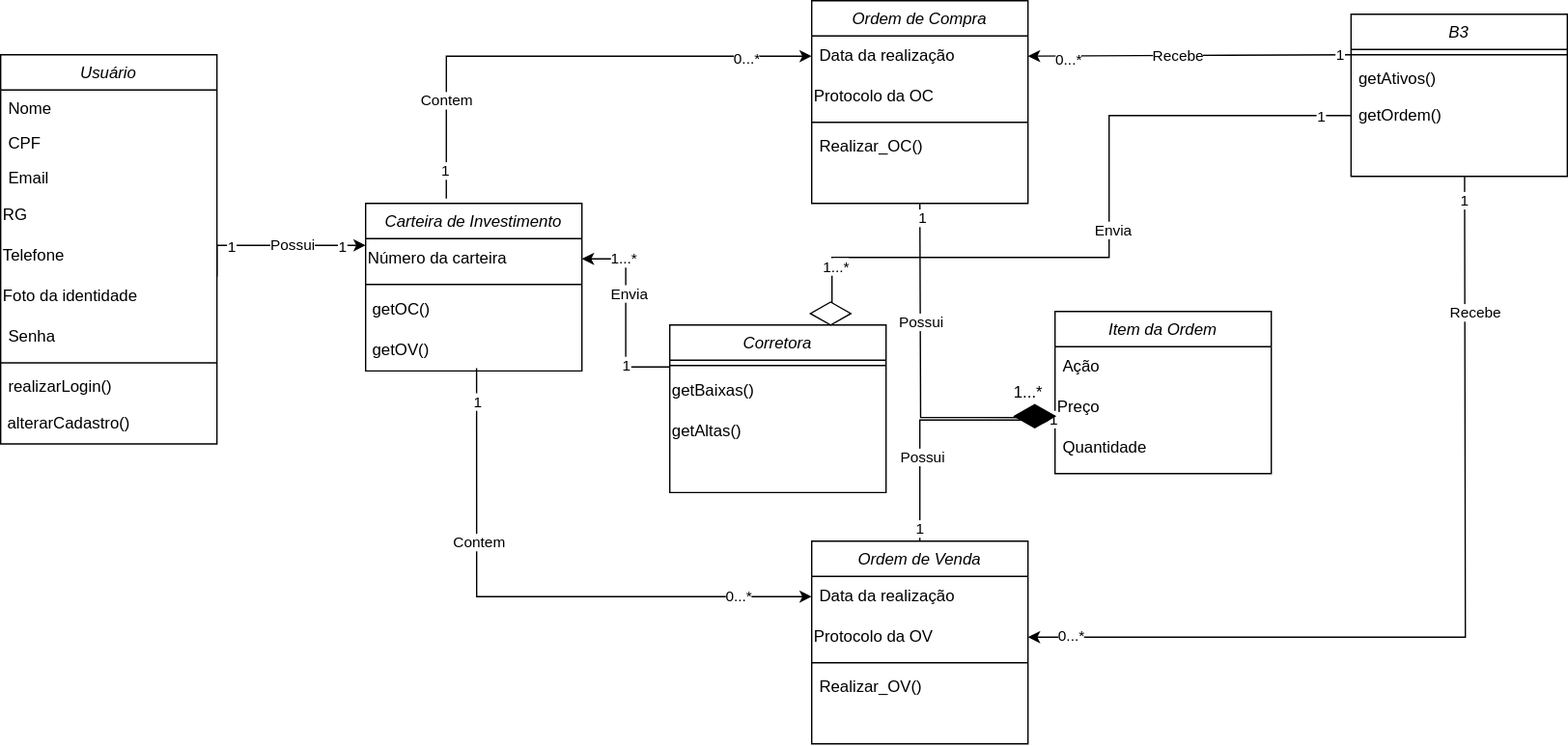
The draw.io diagram Diagrama de classe.drawio.svg in JesCat16/Projeto01_Modelagem_De_Software, before a commit. Source tidied: cells renumbered, new cells last; positions are measured from the earlier drawing's top-left corner, leaving out a move shared by most shapes.
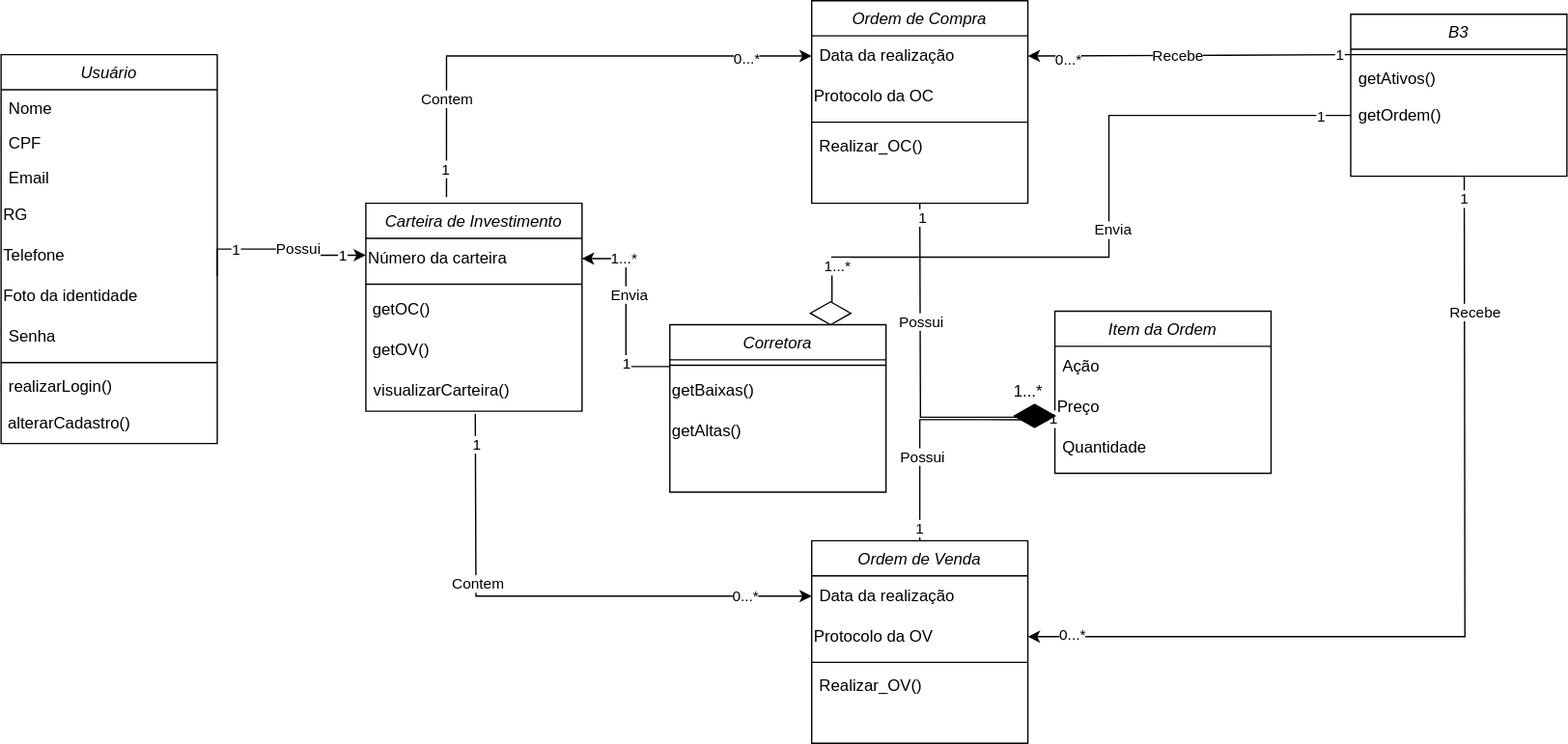
After the change.

The edit, as a diff of the source:
```diff
@@ -36,7 +36,7 @@
       <mxGeometry y="258" width="160" height="30" as="geometry" />
     </mxCell>
     <mxCell id="13" value="Carteira de Investimento" style="swimlane;fontStyle=2;align=center;verticalAlign=top;horizontal=1;startSize=26;rounded=0;shadow=0;strokeWidth=1;" parent="1" vertex="1">
-      <mxGeometry x="270" y="150" width="160" height="124" as="geometry" />
+      <mxGeometry x="270" y="150" width="160" height="154" as="geometry" />
     </mxCell>
     <mxCell id="14" value="Número da carteira" style="text;html=1;align=left;verticalAlign=middle;whiteSpace=wrap;rounded=0;" parent="13" vertex="1">
       <mxGeometry y="26" width="160" height="30" as="geometry" />
@@ -50,6 +50,9 @@
     <mxCell id="17" value="&amp;nbsp;getOV()" style="text;html=1;align=left;verticalAlign=middle;points=[];strokeColor=none;fillColor=none;" parent="13" vertex="1">
       <mxGeometry y="94" width="160" height="30" as="geometry" />
     </mxCell>
+    <mxCell id="79" value="visualizarCarteira()" style="text;strokeColor=none;fillColor=none;align=left;verticalAlign=middle;spacingLeft=4;spacingRight=4;overflow=hidden;whiteSpace=wrap;html=1;" parent="13" vertex="1">
+      <mxGeometry y="124" width="160" height="30" as="geometry" />
+    </mxCell>
     <mxCell id="18" value="Ordem de Compra" style="swimlane;fontStyle=2;align=center;verticalAlign=top;horizontal=1;startSize=26;rounded=0;shadow=0;strokeWidth=1;" parent="1" vertex="1">
       <mxGeometry x="600" width="160" height="150" as="geometry" />
     </mxCell>
@@ -196,8 +199,10 @@
         <mxPoint y="1" as="offset" />
       </mxGeometry>
     </mxCell>
-    <mxCell id="58" style="edgeStyle=orthogonalEdgeStyle;rounded=0;jettySize=auto;html=1;exitX=0;exitY=0.5;exitDx=0;exitDy=0;startArrow=classic;startFill=1;endArrow=none;endFill=0;entryX=0.513;entryY=0.933;entryDx=0;entryDy=0;entryPerimeter=0;" parent="1" edge="1" source="28" target="17">
-      <mxGeometry relative="1" as="geometry" />
+    <mxCell id="58" style="edgeStyle=orthogonalEdgeStyle;rounded=0;jettySize=auto;html=1;exitX=0;exitY=0.5;exitDx=0;exitDy=0;startArrow=classic;startFill=1;endArrow=none;endFill=0;" parent="1" edge="1" source="28">
+      <mxGeometry relative="1" as="geometry">
+        <mxPoint x="351" y="306" as="targetPoint" />
+      </mxGeometry>
     </mxCell>
     <mxCell id="59" value="Contem" style="edgeLabel;html=1;align=center;verticalAlign=middle;" parent="58" vertex="1">
       <mxGeometry x="0.89" y="-1" relative="1" as="geometry">
```
